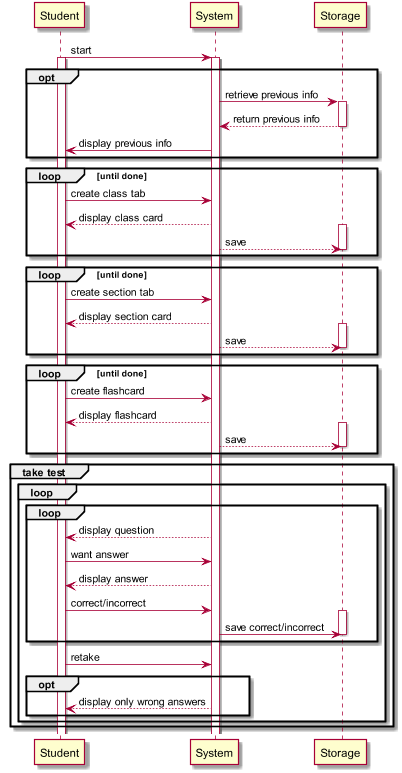
ultiferrago/ElStudioGato keeps this PlantUML diagram as app/UML/SSD/SSDDone.png. Above is the earlier version. Its source is kept beside it as app/UML/SSD/SSDDone.puml.
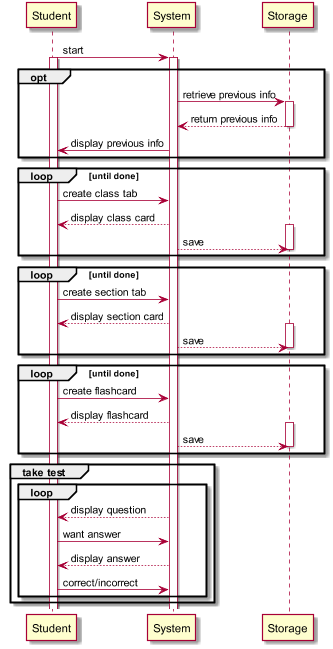
Above is the later version.

The edit, as a diff of the source:
```diff
@@ -36,22 +36,16 @@
 end
 
 group take test
-loop
+
 loop
 System --> Student : display question
 Student -> System : want answer
 System --> Student : display answer
 Student -> System : correct/incorrect
 
-activate Storage
-System -> Storage : save correct/incorrect
-deactivate Storage
 end
-Student -> System : retake
-opt
-System --> Student : display only wrong answers
-end
-end
+
+
 end
 
 @enduml
```
